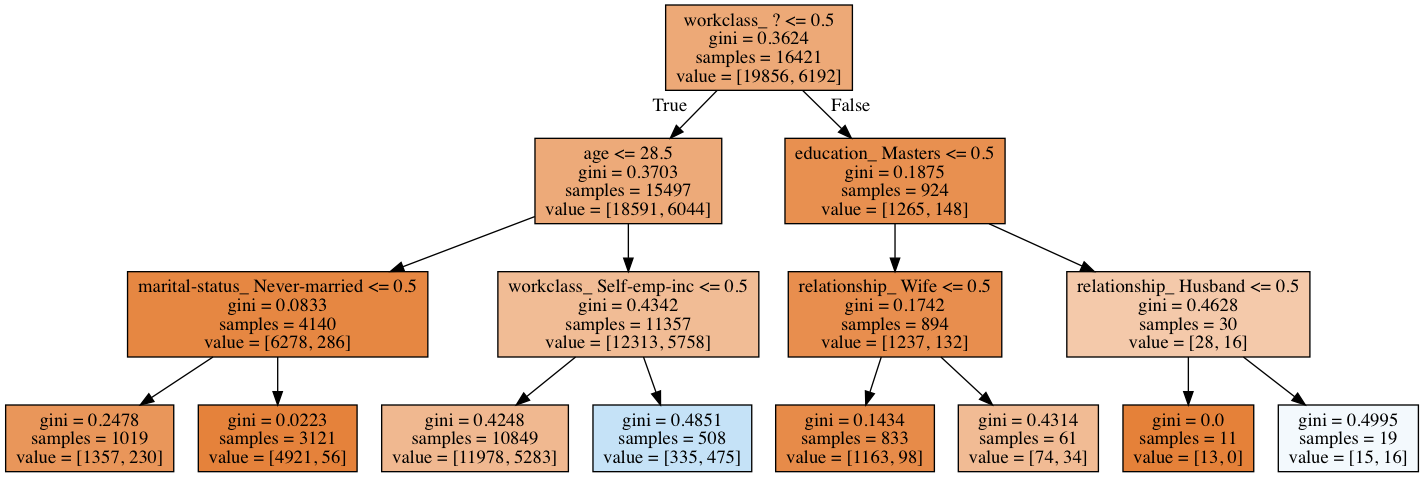
Above: models/tree1.png in shirmeir/notebooks (Graphviz), before the change. Its source is kept beside it as models/tree1.dot.
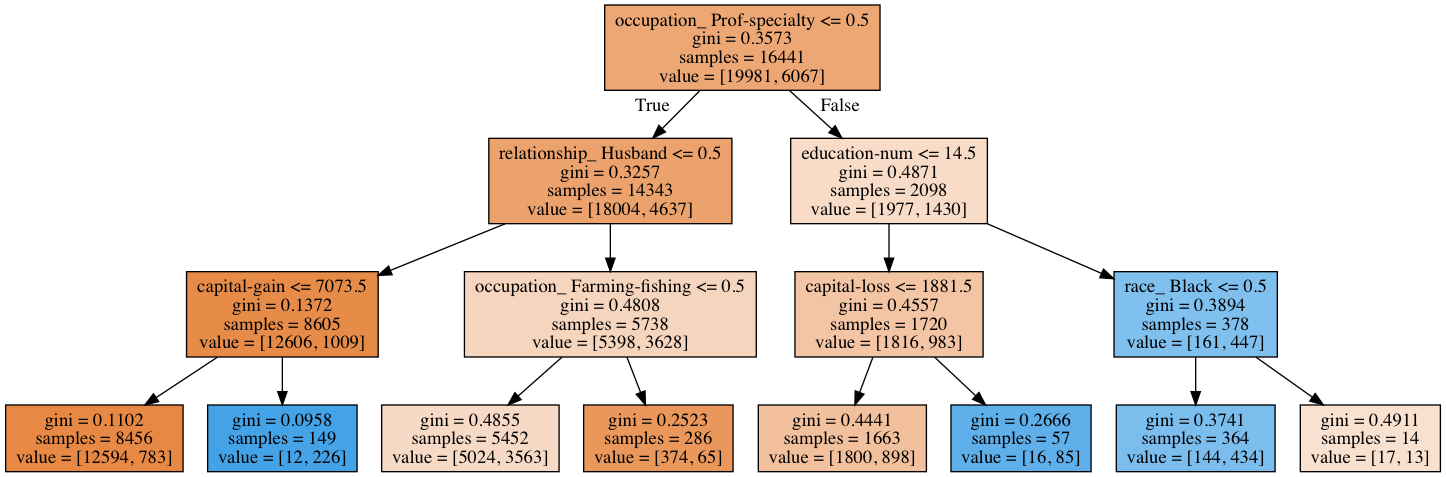
The same diagram one commit later.

What changed in the source:
```diff
@@ -1,32 +1,32 @@
 digraph Tree {
 node [shape=box, style="filled", color="black"] ;
-0 [label="workclass_ ? <= 0.5\ngini = 0.3624\nsamples = 16421\nvalue = [19856, 6192]", fillcolor="#e58139af"] ;
-1 [label="age <= 28.5\ngini = 0.3703\nsamples = 15497\nvalue = [18591, 6044]", fillcolor="#e58139ac"] ;
+0 [label="occupation_ Prof-specialty <= 0.5\ngini = 0.3573\nsamples = 16441\nvalue = [19981, 6067]", fillcolor="#e58139b2"] ;
+1 [label="relationship_ Husband <= 0.5\ngini = 0.3257\nsamples = 14343\nvalue = [18004, 4637]", fillcolor="#e58139bd"] ;
 0 -> 1 [labeldistance=2.5, labelangle=45, headlabel="True"] ;
-2 [label="marital-status_ Never-married <= 0.5\ngini = 0.0833\nsamples = 4140\nvalue = [6278, 286]", fillcolor="#e58139f3"] ;
+2 [label="capital-gain <= 7073.5\ngini = 0.1372\nsamples = 8605\nvalue = [12606, 1009]", fillcolor="#e58139eb"] ;
 1 -> 2 ;
-3 [label="gini = 0.2478\nsamples = 1019\nvalue = [1357, 230]", fillcolor="#e58139d4"] ;
+3 [label="gini = 0.1102\nsamples = 8456\nvalue = [12594, 783]", fillcolor="#e58139ef"] ;
 2 -> 3 ;
-4 [label="gini = 0.0223\nsamples = 3121\nvalue = [4921, 56]", fillcolor="#e58139fc"] ;
+4 [label="gini = 0.0958\nsamples = 149\nvalue = [12, 226]", fillcolor="#399de5f1"] ;
 2 -> 4 ;
-5 [label="workclass_ Self-emp-inc <= 0.5\ngini = 0.4342\nsamples = 11357\nvalue = [12313, 5758]", fillcolor="#e5813988"] ;
+5 [label="occupation_ Farming-fishing <= 0.5\ngini = 0.4808\nsamples = 5738\nvalue = [5398, 3628]", fillcolor="#e5813954"] ;
 1 -> 5 ;
-6 [label="gini = 0.4248\nsamples = 10849\nvalue = [11978, 5283]", fillcolor="#e581398f"] ;
+6 [label="gini = 0.4855\nsamples = 5452\nvalue = [5024, 3563]", fillcolor="#e581394a"] ;
 5 -> 6 ;
-7 [label="gini = 0.4851\nsamples = 508\nvalue = [335, 475]", fillcolor="#399de54b"] ;
+7 [label="gini = 0.2523\nsamples = 286\nvalue = [374, 65]", fillcolor="#e58139d3"] ;
 5 -> 7 ;
-8 [label="education_ Masters <= 0.5\ngini = 0.1875\nsamples = 924\nvalue = [1265, 148]", fillcolor="#e58139e1"] ;
+8 [label="education-num <= 14.5\ngini = 0.4871\nsamples = 2098\nvalue = [1977, 1430]", fillcolor="#e5813947"] ;
 0 -> 8 [labeldistance=2.5, labelangle=-45, headlabel="False"] ;
-9 [label="relationship_ Wife <= 0.5\ngini = 0.1742\nsamples = 894\nvalue = [1237, 132]", fillcolor="#e58139e4"] ;
+9 [label="capital-loss <= 1881.5\ngini = 0.4557\nsamples = 1720\nvalue = [1816, 983]", fillcolor="#e5813975"] ;
 8 -> 9 ;
-10 [label="gini = 0.1434\nsamples = 833\nvalue = [1163, 98]", fillcolor="#e58139ea"] ;
+10 [label="gini = 0.4441\nsamples = 1663\nvalue = [1800, 898]", fillcolor="#e5813980"] ;
 9 -> 10 ;
-11 [label="gini = 0.4314\nsamples = 61\nvalue = [74, 34]", fillcolor="#e581398a"] ;
+11 [label="gini = 0.2666\nsamples = 57\nvalue = [16, 85]", fillcolor="#399de5cf"] ;
 9 -> 11 ;
-12 [label="relationship_ Husband <= 0.5\ngini = 0.4628\nsamples = 30\nvalue = [28, 16]", fillcolor="#e581396d"] ;
+12 [label="race_ Black <= 0.5\ngini = 0.3894\nsamples = 378\nvalue = [161, 447]", fillcolor="#399de5a3"] ;
 8 -> 12 ;
-13 [label="gini = 0.0\nsamples = 11\nvalue = [13, 0]", fillcolor="#e58139ff"] ;
+13 [label="gini = 0.3741\nsamples = 364\nvalue = [144, 434]", fillcolor="#399de5aa"] ;
 12 -> 13 ;
-14 [label="gini = 0.4995\nsamples = 19\nvalue = [15, 16]", fillcolor="#399de510"] ;
+14 [label="gini = 0.4911\nsamples = 14\nvalue = [17, 13]", fillcolor="#e581393c"] ;
 12 -> 14 ;
 }
```
